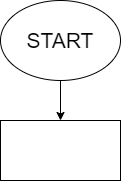
Before: ex000.drawio.png, a diagram exported from draw.io (Smitalexey/GIT-PRACTICE). Source tidied: cells renumbered, new cells last; positions are measured from the earlier drawing's top-left corner, leaving out a move shared by most shapes.
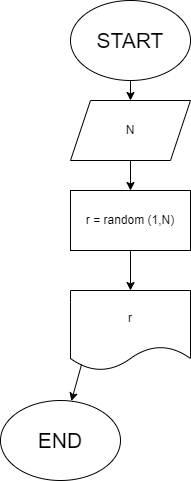
After the change.

Commit message:
Случайное число от 1 до N

Diff of the diagram source:
```diff
@@ -2,14 +2,32 @@
   <root>
     <mxCell id="0" />
     <mxCell id="1" parent="0" />
-    <mxCell id="2" style="edgeStyle=none;html=1;" parent="1" edge="1" source="3" target="4">
+    <mxCell id="2" style="edgeStyle=none;html=1;" parent="1" edge="1" source="3" target="5">
       <mxGeometry relative="1" as="geometry" />
     </mxCell>
     <mxCell id="3" value="START" style="ellipse;whiteSpace=wrap;html=1;fontSize=21;" parent="1" vertex="1">
-      <mxGeometry width="120" height="80" as="geometry" />
+      <mxGeometry y="10" width="120" height="80" as="geometry" />
     </mxCell>
-    <mxCell id="4" style="rounded=0;whiteSpace=wrap;html=1;" parent="1" vertex="1">
-      <mxGeometry y="120" width="120" height="60" as="geometry" />
+    <mxCell id="4" value="r = random (1,N)" style="rounded=0;whiteSpace=wrap;html=1;" parent="1" vertex="1">
+      <mxGeometry y="200" width="120" height="60" as="geometry" />
     </mxCell>
+    <mxCell id="5" value="N" style="shape=parallelogram;perimeter=parallelogramPerimeter;whiteSpace=wrap;html=1;fixedSize=1;" parent="1" vertex="1">
+      <mxGeometry y="110" width="120" height="60" as="geometry" />
+    </mxCell>
+    <mxCell id="6" value="r" style="shape=document;whiteSpace=wrap;html=1;boundedLbl=1;" parent="1" vertex="1">
+      <mxGeometry y="300" width="120" height="80" as="geometry" />
+    </mxCell>
+    <mxCell id="7" style="endArrow=classic;html=1;exitX=0.5;exitY=1;exitDx=0;exitDy=0;" parent="1" edge="1" source="5" target="4">
+      <mxGeometry relative="1" as="geometry" />
+    </mxCell>
+    <mxCell id="8" style="endArrow=classic;html=1;" parent="1" edge="1" source="4" target="6">
+      <mxGeometry relative="1" as="geometry" />
+    </mxCell>
+    <mxCell id="9" style="edgeStyle=none;html=1;exitX=0.092;exitY=0.925;exitDx=0;exitDy=0;exitPerimeter=0;" parent="1" edge="1" source="6" target="10">
+      <mxGeometry relative="1" as="geometry" />
+    </mxCell>
+    <mxCell id="10" value="END" style="ellipse;whiteSpace=wrap;html=1;fontSize=21;" parent="1" vertex="1">
+      <mxGeometry x="-70" y="410" width="120" height="80" as="geometry" />
+    </mxCell>
   </root>
 </mxGraphModel>
```
